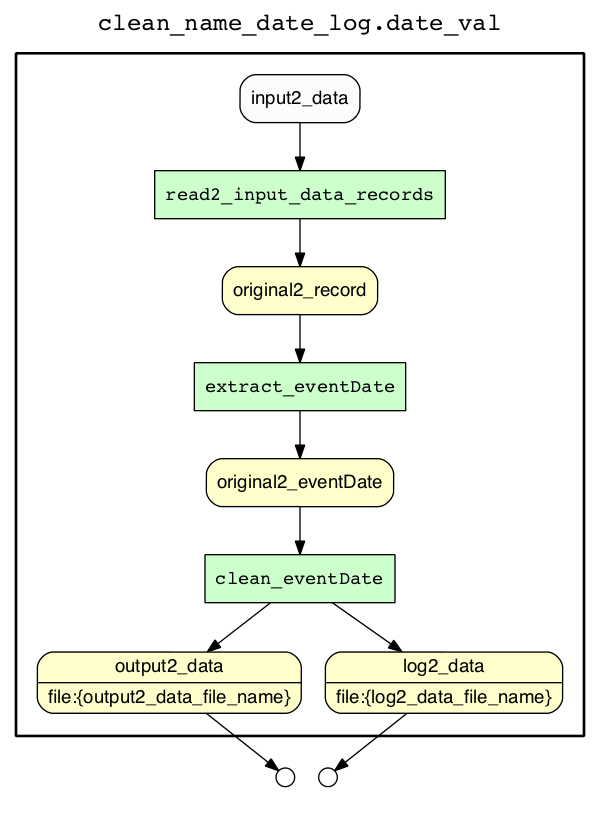
Above: yw/subgraph_date_val.png in ludaesch/kurator-YW (Graphviz), before the change. Its source is kept beside it as yw/subgraph_date_val.gv. The source it was exported from:
```dot
digraph Workflow {
rankdir=TB
fontname=Courier; fontsize=18; labelloc=t
label="clean_name_date_log.date_val"
subgraph cluster_workflow_box_outer { label=""; color=black; penwidth=2
subgraph cluster_workflow_box_inner { label=""; color=white
node[shape=box style=filled fillcolor="#CCFFCC" peripheries=1 fontname=Courier]
read2_input_data_records
extract_eventDate
clean_eventDate
node[shape=box style="rounded,filled" fillcolor="#FFFFCC" peripheries=1 fontname=Helvetica]
output2_data [shape=record rankdir=LR label="{<f0> output2_data |<f1> file\:\{output2_data_file_name\}}"];
log2_data [shape=record rankdir=LR label="{<f0> log2_data |<f1> file\:\{log2_data_file_name\}}"];
original2_record
original2_eventDate
node[shape=box style="rounded,filled" fillcolor="#FCFCFC" peripheries=1 fontname=Helvetica]
read2_input_data_records -> original2_record
input2_data -> read2_input_data_records
extract_eventDate -> original2_eventDate
original2_record -> extract_eventDate
clean_eventDate -> log2_data
clean_eventDate -> output2_data
original2_eventDate -> clean_eventDate
}}
subgraph cluster_input_ports_group_outer { label=""; color=white
subgraph cluster_input_ports_group_inner { label=""; color=white
node[shape=circle style="rounded,filled" fillcolor="#FFFFFF" peripheries=1 fontname=Helvetica width=0.2]
}}
subgraph cluster_output_ports_group_outer { label=""; color=white
subgraph cluster_output_ports_group_inner { label=""; color=white
node[shape=circle style="rounded,filled" fillcolor="#FFFFFF" peripheries=1 fontname=Helvetica width=0.2]
output2_data_output_port [label=""]
log2_data_output_port [label=""]
}}
output2_data -> output2_data_output_port
log2_data -> log2_data_output_port
}
```
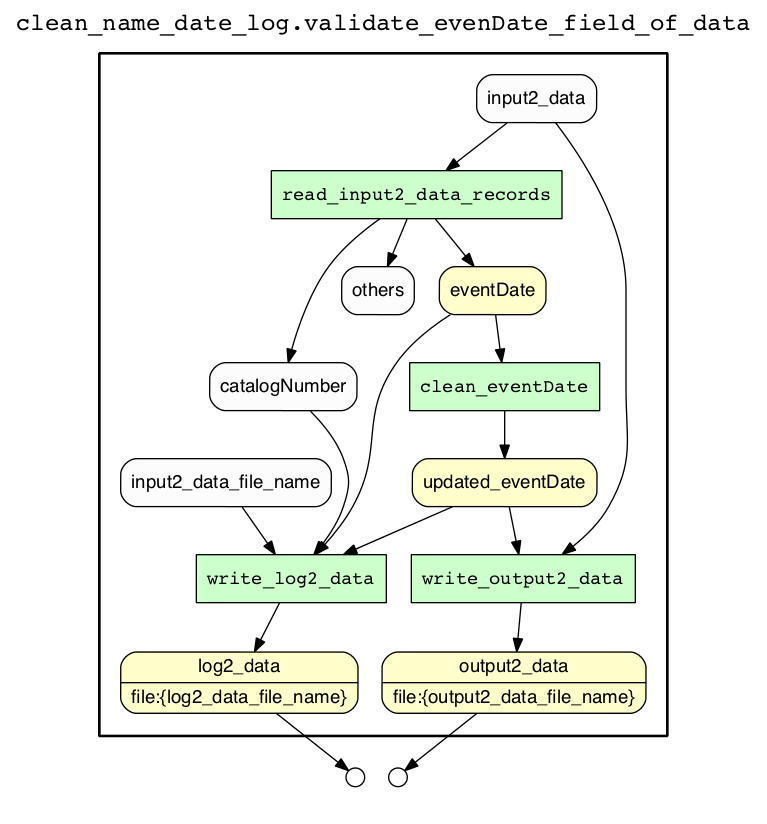
After the change.

Change to the diagram source:
```diff
@@ -1,26 +1,35 @@
 digraph Workflow {
 rankdir=TB
 fontname=Courier; fontsize=18; labelloc=t
-label="clean_name_date_log.date_val"
+label="clean_name_date_log.validate_evenDate_field_of_data"
 subgraph cluster_workflow_box_outer { label=""; color=black; penwidth=2
 subgraph cluster_workflow_box_inner { label=""; color=white
 node[shape=box style=filled fillcolor="#CCFFCC" peripheries=1 fontname=Courier]
-read2_input_data_records
-extract_eventDate
+read_input2_data_records
 clean_eventDate
+write_log2_data
+write_output2_data
 node[shape=box style="rounded,filled" fillcolor="#FFFFCC" peripheries=1 fontname=Helvetica]
 output2_data [shape=record rankdir=LR label="{<f0> output2_data |<f1> file\:\{output2_data_file_name\}}"];
 log2_data [shape=record rankdir=LR label="{<f0> log2_data |<f1> file\:\{log2_data_file_name\}}"];
-original2_record
-original2_eventDate
+eventDate
+updated_eventDate
 node[shape=box style="rounded,filled" fillcolor="#FCFCFC" peripheries=1 fontname=Helvetica]
-read2_input_data_records -> original2_record
-input2_data -> read2_input_data_records
-extract_eventDate -> original2_eventDate
-original2_record -> extract_eventDate
-clean_eventDate -> log2_data
-clean_eventDate -> output2_data
-original2_eventDate -> clean_eventDate
+catalogNumber
+read_input2_data_records -> eventDate
+read_input2_data_records -> catalogNumber
+read_input2_data_records -> others
+input2_data -> read_input2_data_records
+clean_eventDate -> updated_eventDate
+eventDate -> clean_eventDate
+write_log2_data -> log2_data
+input2_data_file_name -> write_log2_data
+catalogNumber -> write_log2_data
+eventDate -> write_log2_data
+updated_eventDate -> write_log2_data
+write_output2_data -> output2_data
+input2_data -> write_output2_data
+updated_eventDate -> write_output2_data
 }}
 subgraph cluster_input_ports_group_outer { label=""; color=white
 subgraph cluster_input_ports_group_inner { label=""; color=white
```
